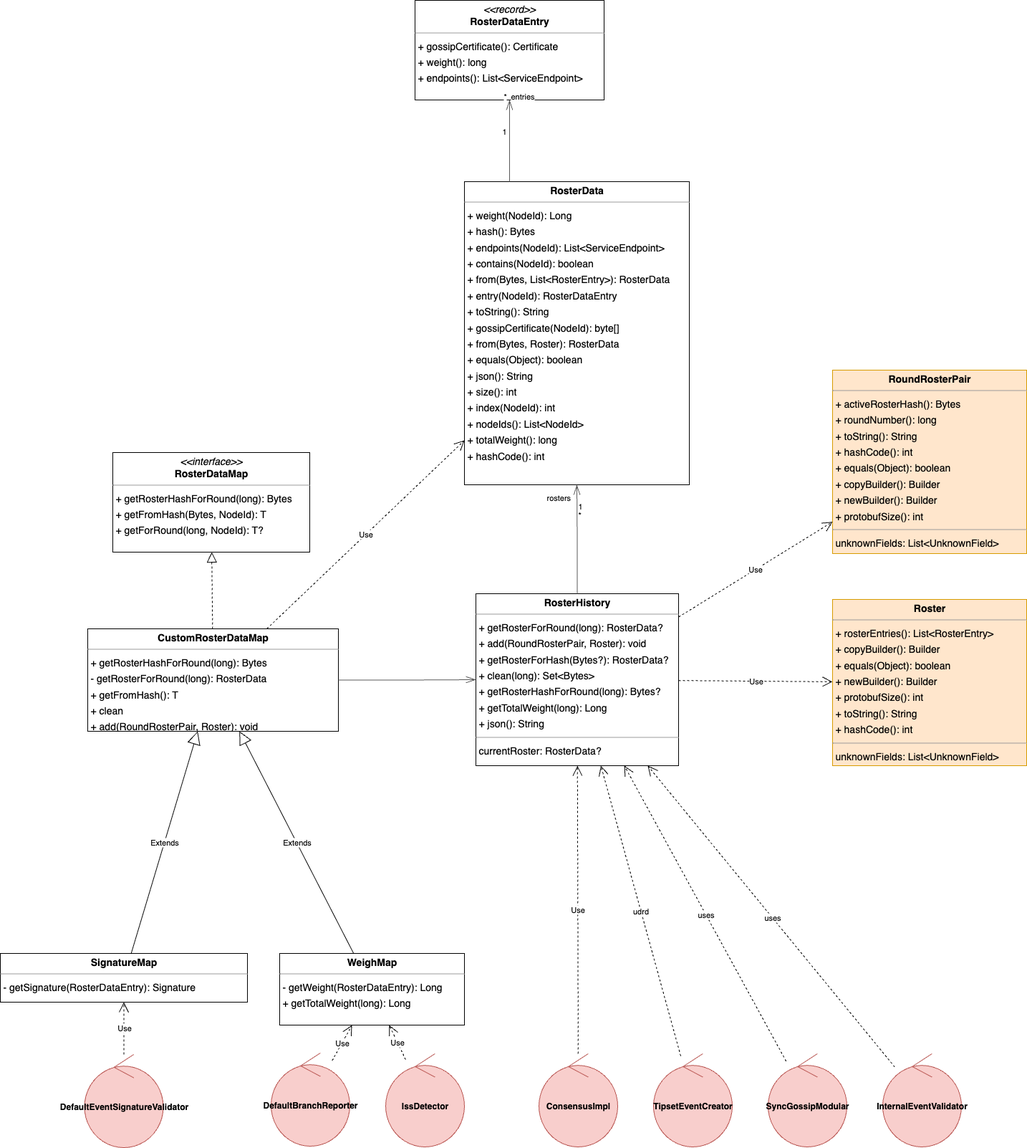
Earlier version of the draw.io export platform-sdk/docs/proposals/roster-refactor/roster-data-all.png (hiero-ledger/hiero-consensus-node). Source tidied: cells renumbered, new cells last; positions are measured from the earlier drawing's top-left corner, leaving out a move shared by most shapes.
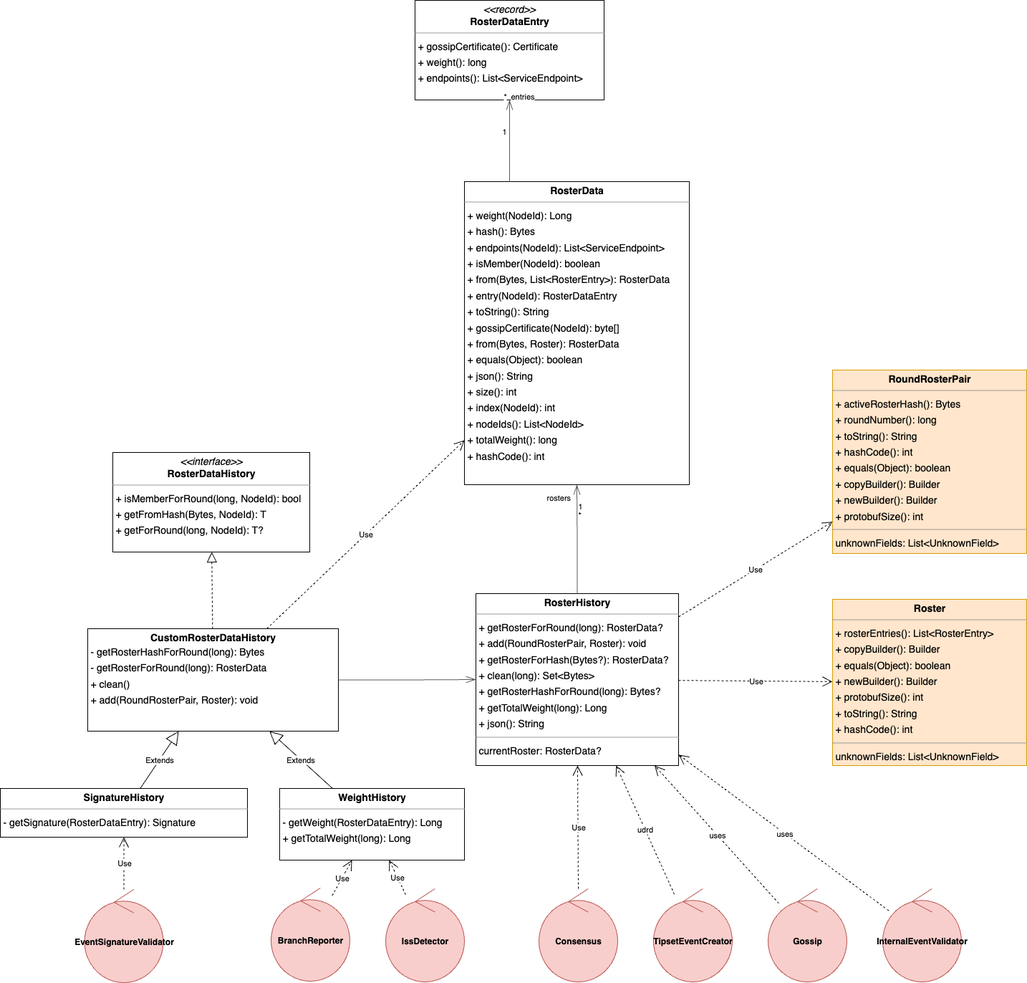
After the change.

Diff of the diagram source:
```diff
@@ -2,28 +2,28 @@
   <root>
     <mxCell id="0" />
     <mxCell id="1" parent="0" />
-    <mxCell id="2" value="&lt;p style=&quot;margin:0px;margin-top:4px;text-align:center;&quot;&gt;&lt;b&gt;SignatureMap&lt;/b&gt;&lt;/p&gt;&lt;hr size=&quot;1&quot;&gt;&lt;p style=&quot;margin:0 0 0 4px;line-height:1.6;&quot;&gt;- getSignature(RosterDataEntry): Signature&lt;/p&gt;" style="verticalAlign=top;align=left;overflow=fill;fontSize=14;fontFamily=Helvetica;html=1;rounded=0;shadow=0;comic=0;labelBackgroundColor=none;strokeWidth=1;" parent="1" vertex="1">
+    <mxCell id="2" value="&lt;p style=&quot;margin:0px;margin-top:4px;text-align:center;&quot;&gt;&lt;b&gt;SignatureHistory&lt;/b&gt;&lt;/p&gt;&lt;hr size=&quot;1&quot;&gt;&lt;p style=&quot;margin:0 0 0 4px;line-height:1.6;&quot;&gt;- getSignature(RosterDataEntry): Signature&lt;/p&gt;" style="verticalAlign=top;align=left;overflow=fill;fontSize=14;fontFamily=Helvetica;html=1;rounded=0;shadow=0;comic=0;labelBackgroundColor=none;strokeWidth=1;" parent="1" vertex="1">
       <mxGeometry y="1330" width="345" height="68" as="geometry" />
     </mxCell>
     <mxCell id="3" value="&lt;p style=&quot;margin:0px;margin-top:4px;text-align:center;&quot;&gt;&lt;b&gt;Roster&lt;/b&gt;&lt;/p&gt;&lt;hr size=&quot;1&quot;/&gt;&lt;p style=&quot;margin:0 0 0 4px;line-height:1.6;&quot;&gt;+ rosterEntries(): List&amp;lt;RosterEntry&amp;gt;&lt;br/&gt;+ copyBuilder(): Builder&lt;br/&gt;+ equals(Object): boolean&lt;br/&gt;+ newBuilder(): Builder&lt;br/&gt;+ protobufSize(): int&lt;br/&gt;+ toString(): String&lt;br/&gt;+ hashCode(): int&lt;/p&gt;&lt;hr size=&quot;1&quot;/&gt;&lt;p style=&quot;margin:0 0 0 4px;line-height:1.6;&quot;&gt; unknownFields: List&amp;lt;UnknownField&amp;gt;&lt;/p&gt;" style="verticalAlign=top;align=left;overflow=fill;fontSize=14;fontFamily=Helvetica;html=1;rounded=0;shadow=0;comic=0;labelBackgroundColor=none;strokeWidth=1;fillColor=#ffe6cc;strokeColor=#d79b00;" parent="1" vertex="1">
-      <mxGeometry x="1162" y="836" width="271" height="232" as="geometry" />
+      <mxGeometry x="1162" y="1066" width="271" height="232" as="geometry" />
     </mxCell>
-    <mxCell id="4" value="&lt;p style=&quot;margin:0px;margin-top:4px;text-align:center;&quot;&gt;&lt;b&gt;RosterData&lt;/b&gt;&lt;/p&gt;&lt;hr size=&quot;1&quot;/&gt;&lt;p style=&quot;margin:0 0 0 4px;line-height:1.6;&quot;&gt;+ weight(NodeId): Long&lt;br/&gt;+ hash(): Bytes&lt;br/&gt;+ endpoints(NodeId): List&amp;lt;ServiceEndpoint&amp;gt;&lt;br/&gt;+ contains(NodeId): boolean&lt;br/&gt;+ from(Bytes, List&amp;lt;RosterEntry&amp;gt;): RosterData&lt;br/&gt;+ entry(NodeId): RosterDataEntry&lt;br/&gt;+ toString(): String&lt;br/&gt;+ gossipCertificate(NodeId): byte[]&lt;br/&gt;+ from(Bytes, Roster): RosterData&lt;br/&gt;+ equals(Object): boolean&lt;br/&gt;+ json(): String&lt;br/&gt;+ size(): int&lt;br/&gt;+ index(NodeId): int&lt;br/&gt;+ nodeIds(): List&amp;lt;NodeId&amp;gt;&lt;br/&gt;+ totalWeight(): long&lt;br/&gt;+ hashCode(): int&lt;/p&gt;" style="verticalAlign=top;align=left;overflow=fill;fontSize=14;fontFamily=Helvetica;html=1;rounded=0;shadow=0;comic=0;labelBackgroundColor=none;strokeWidth=1;" parent="1" vertex="1">
-      <mxGeometry x="648" y="253" width="314" height="423" as="geometry" />
+    <mxCell id="4" value="&lt;p style=&quot;margin:0px;margin-top:4px;text-align:center;&quot;&gt;&lt;b&gt;RosterData&lt;/b&gt;&lt;/p&gt;&lt;hr size=&quot;1&quot;&gt;&lt;p style=&quot;margin:0 0 0 4px;line-height:1.6;&quot;&gt;+ weight(NodeId): Long&lt;br&gt;+ hash(): Bytes&lt;br&gt;+ endpoints(NodeId): List&amp;lt;ServiceEndpoint&amp;gt;&lt;br&gt;+ isMember(NodeId): boolean&lt;br&gt;+ from(Bytes, List&amp;lt;RosterEntry&amp;gt;): RosterData&lt;br&gt;+ entry(NodeId): RosterDataEntry&lt;br&gt;+ toString(): String&lt;br&gt;+ gossipCertificate(NodeId): byte[]&lt;br&gt;+ from(Bytes, Roster): RosterData&lt;br&gt;+ equals(Object): boolean&lt;br&gt;+ json(): String&lt;br&gt;+ size(): int&lt;br&gt;+ index(NodeId): int&lt;br&gt;+ nodeIds(): List&amp;lt;NodeId&amp;gt;&lt;br&gt;+ totalWeight(): long&lt;br&gt;+ hashCode(): int&lt;/p&gt;" style="verticalAlign=top;align=left;overflow=fill;fontSize=14;fontFamily=Helvetica;html=1;rounded=0;shadow=0;comic=0;labelBackgroundColor=none;strokeWidth=1;" parent="1" vertex="1">
+      <mxGeometry x="648" y="483" width="314" height="423" as="geometry" />
     </mxCell>
     <mxCell id="5" value="&lt;p style=&quot;margin:0px;margin-top:4px;text-align:center;&quot;&gt;&lt;i&gt;&amp;lt;&amp;lt;record&amp;gt;&amp;gt;&lt;/i&gt;&lt;br&gt;&lt;b&gt;RosterDataEntry&lt;/b&gt;&lt;/p&gt;&lt;hr size=&quot;1&quot;&gt;&lt;p style=&quot;margin:0 0 0 4px;line-height:1.6;&quot;&gt;+ gossipCertificate(): Certificate&lt;br&gt;+ weight(): long&lt;br&gt;+ endpoints(): List&amp;lt;ServiceEndpoint&amp;gt;&lt;/p&gt;" style="verticalAlign=top;align=left;overflow=fill;fontSize=14;fontFamily=Helvetica;html=1;rounded=0;shadow=0;comic=0;labelBackgroundColor=none;strokeWidth=1;" parent="1" vertex="1">
-      <mxGeometry x="579" width="264" height="139" as="geometry" />
+      <mxGeometry x="579" y="230" width="264" height="139" as="geometry" />
     </mxCell>
-    <mxCell id="6" value="&lt;p style=&quot;margin:0px;margin-top:4px;text-align:center;&quot;&gt;&lt;i&gt;&amp;lt;&amp;lt;interface&amp;gt;&amp;gt;&lt;/i&gt;&lt;br/&gt;&lt;b&gt;RosterDataMap&lt;T&gt;&lt;/b&gt;&lt;/p&gt;&lt;hr size=&quot;1&quot;/&gt;&lt;p style=&quot;margin:0 0 0 4px;line-height:1.6;&quot;&gt;+ getRosterHashForRound(long): Bytes&lt;br/&gt;+ getFromHash(Bytes, NodeId): T&lt;br/&gt;+ getForRound(long, NodeId): T?&lt;/p&gt;" style="verticalAlign=top;align=left;overflow=fill;fontSize=14;fontFamily=Helvetica;html=1;rounded=0;shadow=0;comic=0;labelBackgroundColor=none;strokeWidth=1;" parent="1" vertex="1">
-      <mxGeometry x="157" y="631" width="275" height="139" as="geometry" />
+    <mxCell id="6" value="&lt;p style=&quot;margin:0px;margin-top:4px;text-align:center;&quot;&gt;&lt;i&gt;&amp;lt;&amp;lt;interface&amp;gt;&amp;gt;&lt;/i&gt;&lt;br&gt;&lt;b&gt;RosterDataHistory&lt;/b&gt;&lt;/p&gt;&lt;hr size=&quot;1&quot;&gt;&lt;p style=&quot;margin:0 0 0 4px;line-height:1.6;&quot;&gt;+ isMemberForRound(long, NodeId): bool&lt;br&gt;+ getFromHash(Bytes, NodeId): T&lt;br&gt;+ getForRound(long, NodeId): T?&lt;/p&gt;" style="verticalAlign=top;align=left;overflow=fill;fontSize=14;fontFamily=Helvetica;html=1;rounded=0;shadow=0;comic=0;labelBackgroundColor=none;strokeWidth=1;" parent="1" vertex="1">
+      <mxGeometry x="157" y="861" width="275" height="139" as="geometry" />
     </mxCell>
     <mxCell id="7" value="&lt;p style=&quot;margin:0px;margin-top:4px;text-align:center;&quot;&gt;&lt;b&gt;RosterHistory&lt;/b&gt;&lt;/p&gt;&lt;hr size=&quot;1&quot;&gt;&lt;p style=&quot;margin:0 0 0 4px;line-height:1.6;&quot;&gt;+ getRosterForRound(long): RosterData?&lt;br&gt;+ add(RoundRosterPair, Roster): void&lt;br&gt;+ getRosterForHash(Bytes?): RosterData?&lt;br&gt;+ clean(long): Set&amp;lt;Bytes&amp;gt;&lt;br&gt;+ getRosterHashForRound(long): Bytes?&lt;br&gt;+&amp;nbsp;&lt;span style=&quot;color: light-dark(rgb(0, 0, 0), rgb(255, 255, 255)); background-color: transparent;&quot;&gt;getTotalWeight(long): Long&lt;/span&gt;&lt;/p&gt;&lt;p style=&quot;margin: 0px 0px 0px 4px; line-height: 1.6;&quot;&gt;+ json(): String&lt;/p&gt;&lt;hr size=&quot;1&quot;&gt;&lt;p style=&quot;margin:0 0 0 4px;line-height:1.6;&quot;&gt; currentRoster: RosterData?&lt;/p&gt;" style="verticalAlign=top;align=left;overflow=fill;fontSize=14;fontFamily=Helvetica;html=1;rounded=0;shadow=0;comic=0;labelBackgroundColor=none;strokeWidth=1;" parent="1" vertex="1">
-      <mxGeometry x="664" y="828" width="283" height="240" as="geometry" />
+      <mxGeometry x="664" y="1058" width="283" height="240" as="geometry" />
     </mxCell>
     <mxCell id="8" value="&lt;p style=&quot;margin:0px;margin-top:4px;text-align:center;&quot;&gt;&lt;b&gt;RoundRosterPair&lt;/b&gt;&lt;/p&gt;&lt;hr size=&quot;1&quot;/&gt;&lt;p style=&quot;margin:0 0 0 4px;line-height:1.6;&quot;&gt;+ activeRosterHash(): Bytes&lt;br/&gt;+ roundNumber(): long&lt;br/&gt;+ toString(): String&lt;br/&gt;+ hashCode(): int&lt;br/&gt;+ equals(Object): boolean&lt;br/&gt;+ copyBuilder(): Builder&lt;br/&gt;+ newBuilder(): Builder&lt;br/&gt;+ protobufSize(): int&lt;/p&gt;&lt;hr size=&quot;1&quot;/&gt;&lt;p style=&quot;margin:0 0 0 4px;line-height:1.6;&quot;&gt; unknownFields: List&amp;lt;UnknownField&amp;gt;&lt;/p&gt;" style="verticalAlign=top;align=left;overflow=fill;fontSize=14;fontFamily=Helvetica;html=1;rounded=0;shadow=0;comic=0;labelBackgroundColor=none;strokeWidth=1;fillColor=#ffe6cc;strokeColor=#d79b00;" parent="1" vertex="1">
-      <mxGeometry x="1162" y="516" width="271" height="256" as="geometry" />
+      <mxGeometry x="1162" y="746" width="271" height="256" as="geometry" />
     </mxCell>
-    <mxCell id="9" value="&lt;p style=&quot;margin:0px;margin-top:4px;text-align:center;&quot;&gt;&lt;b&gt;WeighMap&lt;/b&gt;&lt;/p&gt;&lt;hr size=&quot;1&quot;&gt;&lt;p style=&quot;margin:0 0 0 4px;line-height:1.6;&quot;&gt;- getWeight(RosterDataEntry): Long&lt;/p&gt;&lt;p style=&quot;margin:0 0 0 4px;line-height:1.6;&quot;&gt;+&amp;nbsp;&lt;span style=&quot;background-color: transparent; color: light-dark(rgb(0, 0, 0), rgb(255, 255, 255));&quot;&gt;getTotalWeight(long): Long&lt;/span&gt;&lt;/p&gt;" style="verticalAlign=top;align=left;overflow=fill;fontSize=14;fontFamily=Helvetica;html=1;rounded=0;shadow=0;comic=0;labelBackgroundColor=none;strokeWidth=1;" parent="1" vertex="1">
+    <mxCell id="9" value="&lt;p style=&quot;margin:0px;margin-top:4px;text-align:center;&quot;&gt;&lt;b&gt;WeightHistory&lt;/b&gt;&lt;/p&gt;&lt;hr size=&quot;1&quot;&gt;&lt;p style=&quot;margin:0 0 0 4px;line-height:1.6;&quot;&gt;- getWeight(RosterDataEntry): Long&lt;/p&gt;&lt;p style=&quot;margin:0 0 0 4px;line-height:1.6;&quot;&gt;+&amp;nbsp;&lt;span style=&quot;background-color: transparent; color: light-dark(rgb(0, 0, 0), rgb(255, 255, 255));&quot;&gt;getTotalWeight(long): Long&lt;/span&gt;&lt;/p&gt;" style="verticalAlign=top;align=left;overflow=fill;fontSize=14;fontFamily=Helvetica;html=1;rounded=0;shadow=0;comic=0;labelBackgroundColor=none;strokeWidth=1;" parent="1" vertex="1">
       <mxGeometry x="390" y="1330" width="258" height="100" as="geometry" />
     </mxCell>
     <mxCell id="10" style="html=1;rounded=1;edgeStyle=orthogonalEdgeStyle;dashed=0;startArrow=diamondThinstartSize=12;endArrow=openThin;endSize=12;strokeColor=#595959;exitX=0.201;exitY=0.000;exitDx=0;exitDy=0;entryX=0.500;entryY=1.000;entryDx=0;entryDy=0;" parent="1" edge="1" source="4" target="5">
@@ -62,8 +62,8 @@
     <mxCell id="21" value="Use" style="endArrow=open;endSize=12;dashed=1;html=1;rounded=0;" parent="1" edge="1" source="22" target="4">
       <mxGeometry relative="1" as="geometry" />
     </mxCell>
-    <mxCell id="22" value="&lt;p style=&quot;margin:0px;margin-top:4px;text-align:center;&quot;&gt;&lt;b&gt;CustomRosterDataMap&lt;/b&gt;&lt;/p&gt;&lt;hr size=&quot;1&quot;&gt;&lt;p style=&quot;margin:0 0 0 4px;line-height:1.6;&quot;&gt;+ getRosterHashForRound(long): Bytes&lt;/p&gt;&lt;p style=&quot;margin:0 0 0 4px;line-height:1.6;&quot;&gt;- getRosterForRound(long): RosterData&lt;/p&gt;&lt;p style=&quot;margin:0 0 0 4px;line-height:1.6;&quot;&gt;+ getFromHash(): T&lt;/p&gt;&lt;p style=&quot;margin:0 0 0 4px;line-height:1.6;&quot;&gt;+ clean&lt;/p&gt;&lt;p style=&quot;margin:0 0 0 4px;line-height:1.6;&quot;&gt;+ add(RoundRosterPair, Roster): void&lt;/p&gt;&lt;p style=&quot;margin:0 0 0 4px;line-height:1.6;&quot;&gt;&lt;br&gt;&lt;/p&gt;&lt;p style=&quot;margin:0 0 0 4px;line-height:1.6;&quot;&gt;&lt;br&gt;&lt;/p&gt;" style="verticalAlign=top;align=left;overflow=fill;fontSize=14;fontFamily=Helvetica;html=1;rounded=0;shadow=0;comic=0;labelBackgroundColor=none;strokeWidth=1;" parent="1" vertex="1">
-      <mxGeometry x="122" y="877" width="350" height="143" as="geometry" />
+    <mxCell id="22" value="&lt;p style=&quot;margin:0px;margin-top:4px;text-align:center;&quot;&gt;&lt;b&gt;CustomRosterDataHistory&lt;/b&gt;&lt;/p&gt;&lt;p style=&quot;margin:0 0 0 4px;line-height:1.6;&quot;&gt;- getRosterHashForRound(long): Bytes&lt;br&gt;- getRosterForRound(long): RosterData&lt;/p&gt;&lt;p style=&quot;margin:0 0 0 4px;line-height:1.6;&quot;&gt;&lt;span style=&quot;background-color: transparent; color: light-dark(rgb(0, 0, 0), rgb(255, 255, 255));&quot;&gt;+ clean()&lt;/span&gt;&lt;/p&gt;&lt;p style=&quot;margin:0 0 0 4px;line-height:1.6;&quot;&gt;+ add(RoundRosterPair, Roster): void&lt;/p&gt;&lt;p style=&quot;margin:0 0 0 4px;line-height:1.6;&quot;&gt;&lt;br&gt;&lt;/p&gt;&lt;p style=&quot;margin:0 0 0 4px;line-height:1.6;&quot;&gt;&lt;br&gt;&lt;/p&gt;" style="verticalAlign=top;align=left;overflow=fill;fontSize=14;fontFamily=Helvetica;html=1;rounded=0;shadow=0;comic=0;labelBackgroundColor=none;strokeWidth=1;" parent="1" vertex="1">
+      <mxGeometry x="122" y="1107" width="350" height="143" as="geometry" />
     </mxCell>
     <mxCell id="23" value="Extends" style="endArrow=block;endSize=16;endFill=0;html=1;rounded=0;" parent="1" edge="1" source="2" target="22">
       <mxGeometry relative="1" as="geometry" />
@@ -71,19 +71,19 @@
     <mxCell id="24" value="Extends" style="endArrow=block;endSize=16;endFill=0;html=1;rounded=0;" parent="1" edge="1" source="9" target="22">
       <mxGeometry relative="1" as="geometry" />
     </mxCell>
-    <mxCell id="25" value="&lt;b&gt;SyncGossipModular&lt;/b&gt;" style="ellipse;shape=umlControl;whiteSpace=wrap;html=1;fillColor=#f8cecc;strokeColor=#b85450;" parent="1" vertex="1">
+    <mxCell id="25" value="&lt;b&gt;Gossip&lt;/b&gt;" style="ellipse;shape=umlControl;whiteSpace=wrap;html=1;fillColor=#f8cecc;strokeColor=#b85450;" parent="1" vertex="1">
       <mxGeometry x="1072" y="1470" width="110" height="130" as="geometry" />
     </mxCell>
     <mxCell id="26" value="&lt;b&gt;IssDetector&lt;/b&gt;" style="ellipse;shape=umlControl;whiteSpace=wrap;html=1;fillColor=#f8cecc;strokeColor=#b85450;" parent="1" vertex="1">
       <mxGeometry x="538" y="1470" width="110" height="130" as="geometry" />
     </mxCell>
-    <mxCell id="27" value="&lt;b&gt;DefaultBranchReporter&lt;/b&gt;" style="ellipse;shape=umlControl;whiteSpace=wrap;html=1;fillColor=#f8cecc;strokeColor=#b85450;" parent="1" vertex="1">
+    <mxCell id="27" value="&lt;b&gt;BranchReporter&lt;/b&gt;" style="ellipse;shape=umlControl;whiteSpace=wrap;html=1;fillColor=#f8cecc;strokeColor=#b85450;" parent="1" vertex="1">
       <mxGeometry x="378" y="1469" width="110" height="130" as="geometry" />
     </mxCell>
-    <mxCell id="28" value="&lt;b&gt;ConsensusImpl&lt;/b&gt;" style="ellipse;shape=umlControl;whiteSpace=wrap;html=1;fillColor=#f8cecc;strokeColor=#b85450;" parent="1" vertex="1">
+    <mxCell id="28" value="&lt;b&gt;Consensus&lt;/b&gt;" style="ellipse;shape=umlControl;whiteSpace=wrap;html=1;fillColor=#f8cecc;strokeColor=#b85450;" parent="1" vertex="1">
       <mxGeometry x="752" y="1470" width="110" height="130" as="geometry" />
     </mxCell>
-    <mxCell id="29" value="&lt;b&gt;DefaultEventSignatureValidator&lt;/b&gt;" style="ellipse;shape=umlControl;whiteSpace=wrap;html=1;fillColor=#f8cecc;strokeColor=#b85450;" parent="1" vertex="1">
+    <mxCell id="29" value="&lt;b&gt;EventSignatureValidator&lt;/b&gt;" style="ellipse;shape=umlControl;whiteSpace=wrap;html=1;fillColor=#f8cecc;strokeColor=#b85450;" parent="1" vertex="1">
       <mxGeometry x="117.5" y="1471" width="110" height="130" as="geometry" />
     </mxCell>
     <mxCell id="30" value="&lt;b&gt;TipsetEventCreator&lt;/b&gt;" style="ellipse;shape=umlControl;whiteSpace=wrap;html=1;fillColor=#f8cecc;strokeColor=#b85450;" parent="1" vertex="1">
```
